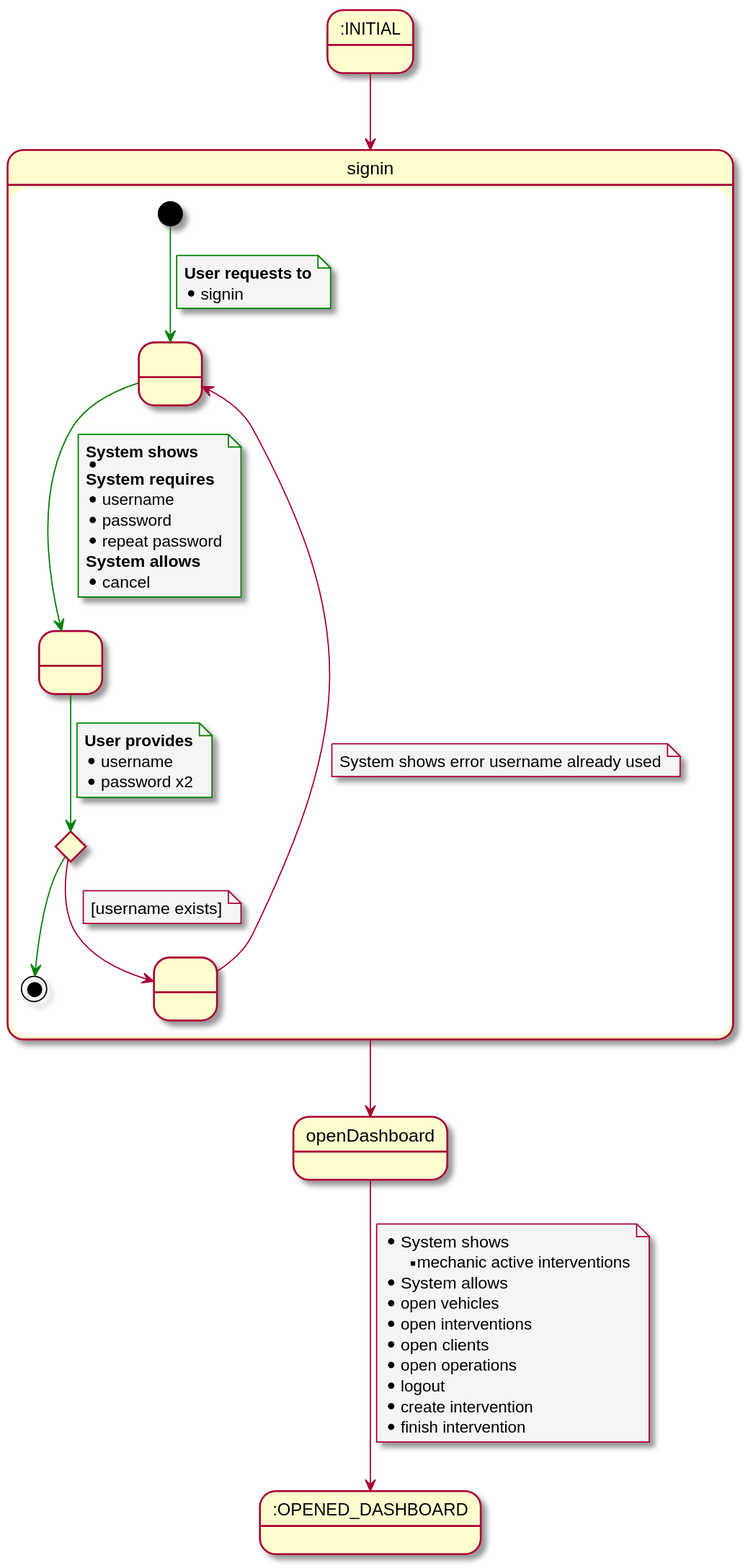
Ruskab/agrimManager keeps this PlantUML diagram as documentation/1usecasesview/usecasesspecification/svg/signin.svg. Above is the earlier version.
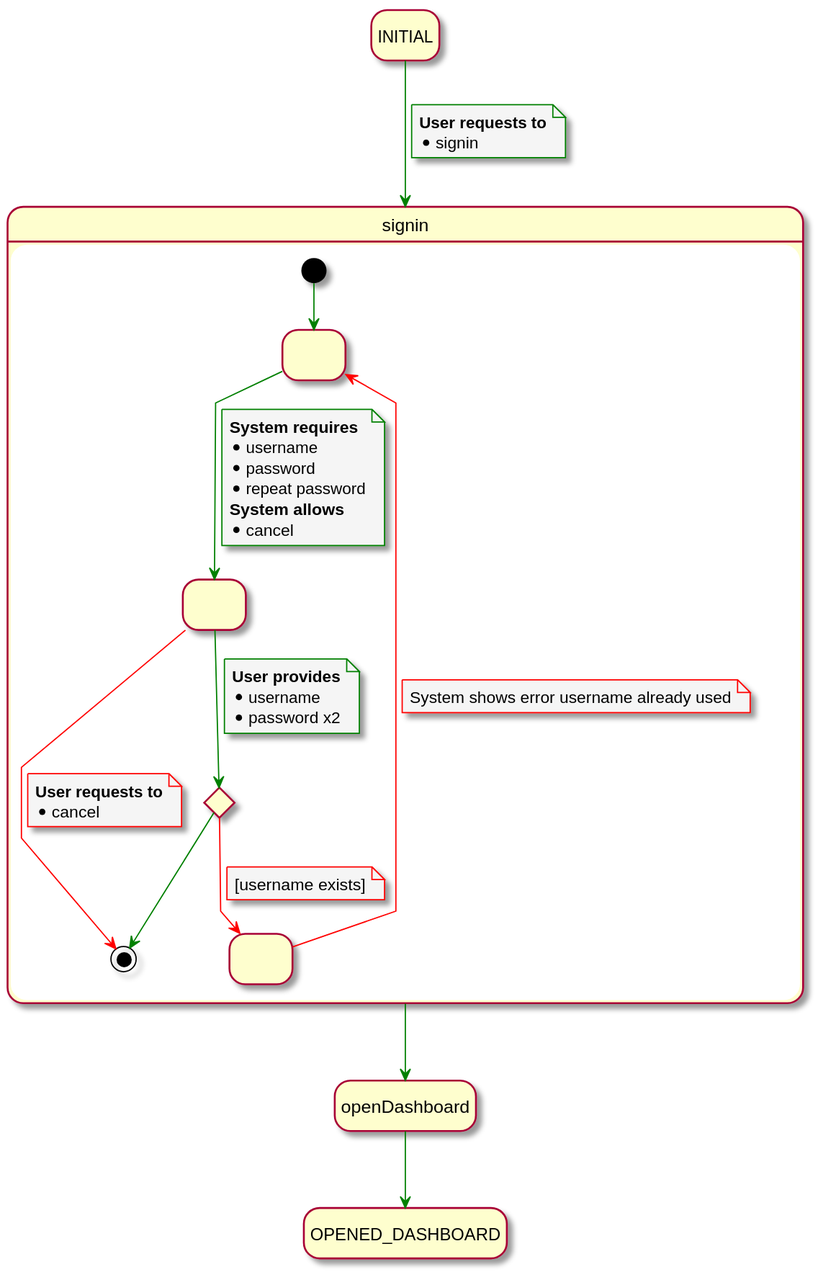
Later version of the same file.

Change to the diagram source:
```diff
@@ -1,12 +1,21 @@
 @startuml
 skinparam {
     NoteBackgroundColor #whiteSmoke
+    ArrowColor #green
+    NoteBorderColor #green
+    linetype polyline
 }
 
-state 7 as ":OPENED_DASHBOARD"
-state startState as ":INITIAL"
+hide empty description
+
+state 7 as "OPENED_DASHBOARD"
+state startState as "INITIAL"
 
 startState --> signin
+note on link
+    <b>User requests to</b>
+    * signin
+end note
 
 state signin {
 state 2 as " "
@@ -14,16 +23,10 @@
 state 9 as " "
 state 4 <<choice>>
 
-[*] -[#Green]-> 2
+[*] -down-> 2
+
+2 -down-> 3
 note on link
-    <b>User requests to</b>
-    * signin
-end note
-
-2 -[#Green]-> 3
-note on link
-<b>System shows</b>
-*
 <b>System requires</b>
 * username
 * password
@@ -32,21 +35,27 @@
 * cancel
 end note
 
-3 -[#Green]-> 4
+3 -[#red]-> [*]
+note on link
+<b>User requests to
+* cancel
+end note
+
+3 -down-> 4
 note on link
 <b>User provides</b>
 * username
 * password x2
 end note
 
-4 -[#Green]-> [*]
+4 -down-> [*]
 
-4 --> 9
+4 -[#red]-> 9
 note on link
 [username exists]
 end note
 
-9 --> 2
+9 -[#red]-> 2
 note on link
     System shows error username already used
 end note
@@ -56,18 +65,5 @@
 signin --> openDashboard
 
 openDashboard --> 7
-note on link
-    * System shows
-    ** mechanic active interventions
-    * System allows
-    * open vehicles
-    * open interventions
-    * open clients
-    * open operations
-    * logout
-    * create intervention
-    * finish intervention
-end note
-
 
 @enduml
```
